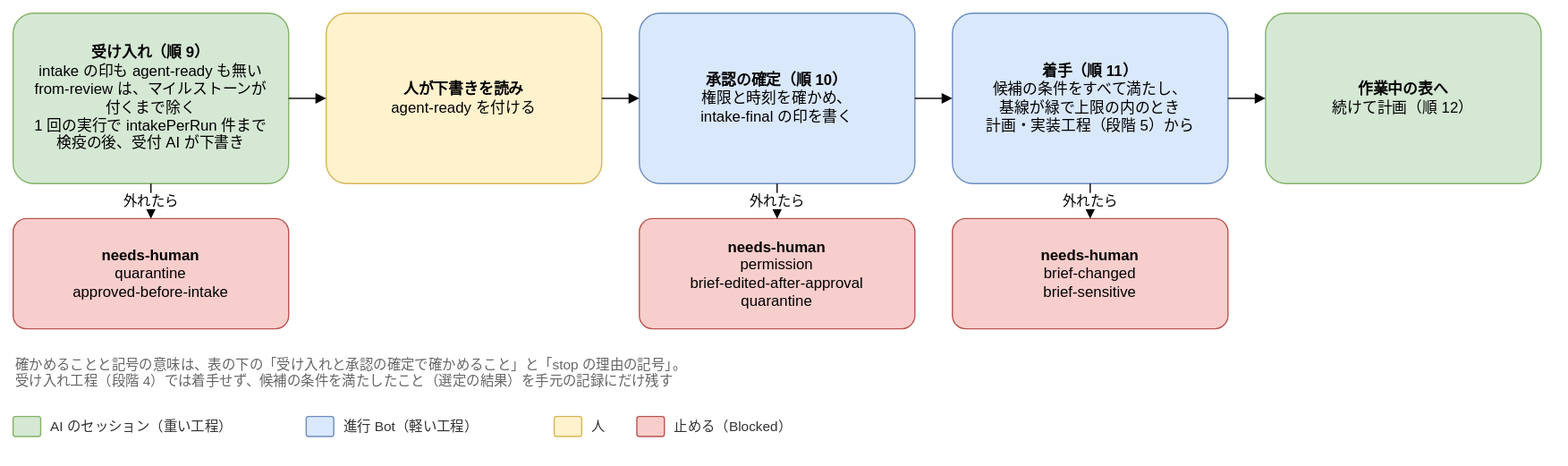
Before: docs/design/basic/diagrams/02-next-step-before-start.drawio.svg, a diagram exported from draw.io (Joymerrevent/dev-autopilot). Source tidied: cells renumbered, new cells last; positions are measured from the earlier drawing's top-left corner, leaving out a move shared by most shapes.
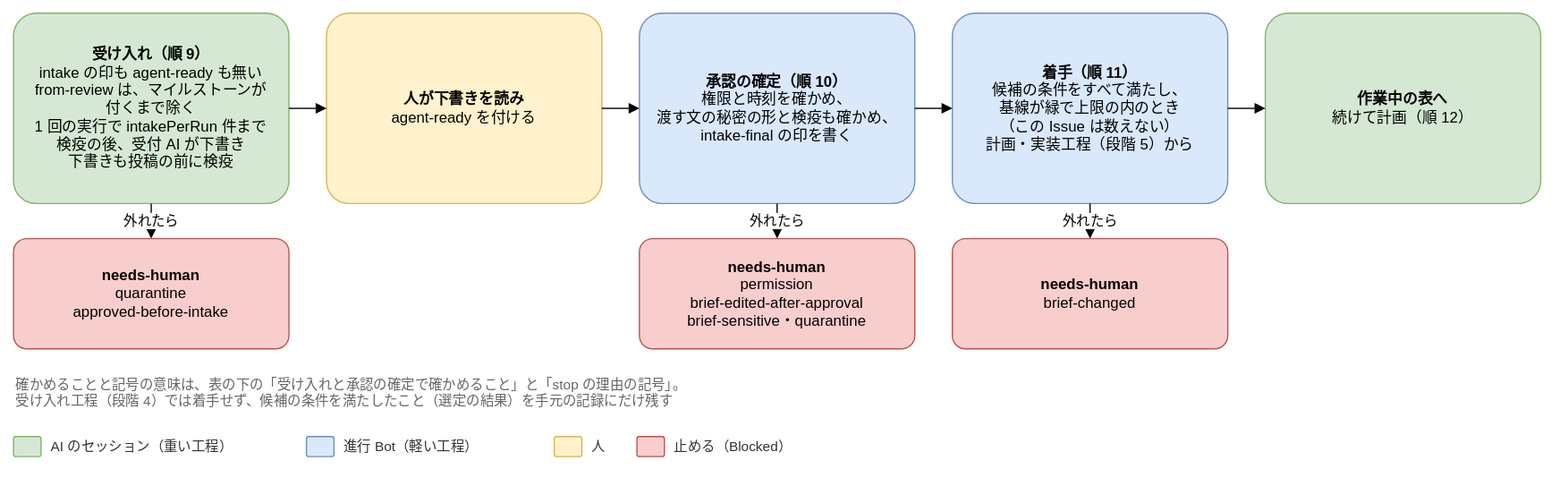
After the change.

Change to the diagram source:
```diff
@@ -2,29 +2,29 @@
   <root>
     <mxCell id="0" />
     <mxCell id="1" parent="0" />
-    <mxCell id="2" value="&lt;b&gt;受け入れ（順 9）&lt;/b&gt;&lt;br&gt;intake の印も agent-ready も無い&lt;br&gt;from-review は、マイルストーンが&lt;br&gt;付くまで除く&lt;br&gt;1 回の実行で intakePerRun 件まで&lt;br&gt;検疫の後、受付 AI が下書き" style="rounded=1;whiteSpace=wrap;html=1;fontSize=12;arcSize=12;spacing=12;fillColor=#d5e8d4;strokeColor=#82b366;" parent="1" vertex="1">
-      <mxGeometry width="220" height="136" as="geometry" />
+    <mxCell id="2" value="&lt;b&gt;受け入れ（順 9）&lt;/b&gt;&lt;br&gt;intake の印も agent-ready も無い&lt;br&gt;from-review は、マイルストーンが&lt;br&gt;付くまで除く&lt;br&gt;1 回の実行で intakePerRun 件まで&lt;br&gt;検疫の後、受付 AI が下書き&lt;br&gt;下書きも投稿の前に検疫" style="rounded=1;whiteSpace=wrap;html=1;fontSize=12;arcSize=12;spacing=12;fillColor=#d5e8d4;strokeColor=#82b366;" parent="1" vertex="1">
+      <mxGeometry y="-16" width="220" height="152" as="geometry" />
     </mxCell>
     <mxCell id="3" value="&lt;b&gt;人が下書きを読み&lt;/b&gt;&lt;br&gt;agent-ready を付ける" style="rounded=1;whiteSpace=wrap;html=1;fontSize=12;arcSize=12;spacing=12;fillColor=#fff2cc;strokeColor=#d6b656;" parent="1" vertex="1">
-      <mxGeometry x="250" width="220" height="136" as="geometry" />
+      <mxGeometry x="250" y="-16" width="220" height="152" as="geometry" />
     </mxCell>
     <mxCell id="4" style="edgeStyle=orthogonalEdgeStyle;rounded=1;html=1;endArrow=block;endFill=1;fontSize=11;labelBackgroundColor=#ffffff;exitX=1;exitY=0.5;exitDx=0;exitDy=0;entryX=0;entryY=0.5;entryDx=0;entryDy=0;" parent="1" edge="1" source="2" target="3">
       <mxGeometry relative="1" as="geometry" />
     </mxCell>
-    <mxCell id="5" value="&lt;b&gt;承認の確定（順 10）&lt;/b&gt;&lt;br&gt;権限と時刻を確かめ、&lt;br&gt;intake-final の印を書く" style="rounded=1;whiteSpace=wrap;html=1;fontSize=12;arcSize=12;spacing=12;fillColor=#dae8fc;strokeColor=#6c8ebf;" parent="1" vertex="1">
-      <mxGeometry x="500" width="220" height="136" as="geometry" />
+    <mxCell id="5" value="&lt;b&gt;承認の確定（順 10）&lt;/b&gt;&lt;br&gt;権限と時刻を確かめ、&lt;br&gt;渡す文の秘密の形と検疫も確かめ、&lt;br&gt;intake-final の印を書く" style="rounded=1;whiteSpace=wrap;html=1;fontSize=12;arcSize=12;spacing=12;fillColor=#dae8fc;strokeColor=#6c8ebf;" parent="1" vertex="1">
+      <mxGeometry x="500" y="-16" width="220" height="152" as="geometry" />
     </mxCell>
     <mxCell id="6" style="edgeStyle=orthogonalEdgeStyle;rounded=1;html=1;endArrow=block;endFill=1;fontSize=11;labelBackgroundColor=#ffffff;exitX=1;exitY=0.5;exitDx=0;exitDy=0;entryX=0;entryY=0.5;entryDx=0;entryDy=0;" parent="1" edge="1" source="3" target="5">
       <mxGeometry relative="1" as="geometry" />
     </mxCell>
-    <mxCell id="7" value="&lt;b&gt;着手（順 11）&lt;/b&gt;&lt;br&gt;候補の条件をすべて満たし、&lt;br&gt;基線が緑で上限の内のとき&lt;br&gt;計画・実装工程（段階 5）から" style="rounded=1;whiteSpace=wrap;html=1;fontSize=12;arcSize=12;spacing=12;fillColor=#dae8fc;strokeColor=#6c8ebf;" parent="1" vertex="1">
-      <mxGeometry x="750" width="220" height="136" as="geometry" />
+    <mxCell id="7" value="&lt;b&gt;着手（順 11）&lt;/b&gt;&lt;br&gt;候補の条件をすべて満たし、&lt;br&gt;基線が緑で上限の内のとき&lt;br&gt;（この Issue は数えない）&lt;br&gt;計画・実装工程（段階 5）から" style="rounded=1;whiteSpace=wrap;html=1;fontSize=12;arcSize=12;spacing=12;fillColor=#dae8fc;strokeColor=#6c8ebf;" parent="1" vertex="1">
+      <mxGeometry x="750" y="-16" width="220" height="152" as="geometry" />
     </mxCell>
     <mxCell id="8" style="edgeStyle=orthogonalEdgeStyle;rounded=1;html=1;endArrow=block;endFill=1;fontSize=11;labelBackgroundColor=#ffffff;exitX=1;exitY=0.5;exitDx=0;exitDy=0;entryX=0;entryY=0.5;entryDx=0;entryDy=0;" parent="1" edge="1" source="5" target="7">
       <mxGeometry relative="1" as="geometry" />
     </mxCell>
     <mxCell id="9" value="&lt;b&gt;作業中の表へ&lt;/b&gt;&lt;br&gt;続けて計画（順 12）" style="rounded=1;whiteSpace=wrap;html=1;fontSize=12;arcSize=12;spacing=12;fillColor=#d5e8d4;strokeColor=#82b366;" parent="1" vertex="1">
-      <mxGeometry x="1000" width="220" height="136" as="geometry" />
+      <mxGeometry x="1000" y="-16" width="220" height="152" as="geometry" />
     </mxCell>
     <mxCell id="10" style="edgeStyle=orthogonalEdgeStyle;rounded=1;html=1;endArrow=block;endFill=1;fontSize=11;labelBackgroundColor=#ffffff;exitX=1;exitY=0.5;exitDx=0;exitDy=0;entryX=0;entryY=0.5;entryDx=0;entryDy=0;" parent="1" edge="1" source="7" target="9">
       <mxGeometry relative="1" as="geometry" />
@@ -50,10 +50,10 @@
     <mxCell id="17" value="&lt;b&gt;needs-human&lt;/b&gt;&lt;br&gt;quarantine&lt;br&gt;approved-before-intake" style="rounded=1;whiteSpace=wrap;html=1;fontSize=12;arcSize=12;spacing=12;fillColor=#f8cecc;strokeColor=#b85450;" parent="1" vertex="1">
       <mxGeometry y="164" width="220" height="88" as="geometry" />
     </mxCell>
-    <mxCell id="18" value="&lt;b&gt;needs-human&lt;/b&gt;&lt;br&gt;permission&lt;br&gt;brief-edited-after-approval&lt;br&gt;quarantine" style="rounded=1;whiteSpace=wrap;html=1;fontSize=12;arcSize=12;spacing=12;fillColor=#f8cecc;strokeColor=#b85450;" parent="1" vertex="1">
+    <mxCell id="18" value="&lt;b&gt;needs-human&lt;/b&gt;&lt;br&gt;permission&lt;br&gt;brief-edited-after-approval&lt;br&gt;brief-sensitive・quarantine" style="rounded=1;whiteSpace=wrap;html=1;fontSize=12;arcSize=12;spacing=12;fillColor=#f8cecc;strokeColor=#b85450;" parent="1" vertex="1">
       <mxGeometry x="500" y="164" width="220" height="88" as="geometry" />
     </mxCell>
-    <mxCell id="19" value="&lt;b&gt;needs-human&lt;/b&gt;&lt;br&gt;brief-changed&lt;br&gt;brief-sensitive" style="rounded=1;whiteSpace=wrap;html=1;fontSize=12;arcSize=12;spacing=12;fillColor=#f8cecc;strokeColor=#b85450;" parent="1" vertex="1">
+    <mxCell id="19" value="&lt;b&gt;needs-human&lt;/b&gt;&lt;br&gt;brief-changed" style="rounded=1;whiteSpace=wrap;html=1;fontSize=12;arcSize=12;spacing=12;fillColor=#f8cecc;strokeColor=#b85450;" parent="1" vertex="1">
       <mxGeometry x="750" y="164" width="220" height="88" as="geometry" />
     </mxCell>
     <mxCell id="20" value="外れたら" style="edgeStyle=orthogonalEdgeStyle;rounded=1;html=1;endArrow=block;endFill=1;fontSize=11;labelBackgroundColor=#ffffff;exitX=0.5;exitY=1;exitDx=0;exitDy=0;entryX=0.5;entryY=0;entryDx=0;entryDy=0;" parent="1" edge="1" source="2" target="17">
```
